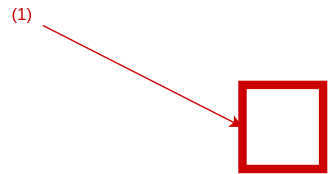
Before: docs/src/images/image.drawio.svg, a diagram exported from draw.io (devilrabbit/sam-app). Source tidied: cells renumbered, new cells last; positions are measured from the earlier drawing's top-left corner, leaving out a move shared by most shapes.
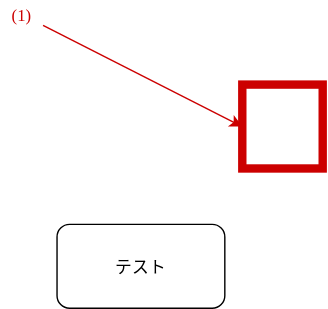
After the change.

The edit, as a diff of the source:
```diff
@@ -2,14 +2,17 @@
   <root>
     <mxCell id="0" />
     <mxCell id="1" parent="0" />
-    <mxCell id="2" style="whiteSpace=wrap;html=1;strokeColor=#CC0000;fillColor=none;strokeWidth=6;" parent="1" vertex="1">
+    <mxCell id="2" style="whiteSpace=wrap;strokeColor=#CC0000;fillColor=none;strokeWidth=6;" parent="1" vertex="1">
       <mxGeometry x="172.5" y="60" width="57.5" height="60" as="geometry" />
     </mxCell>
-    <mxCell id="3" style="rounded=0;jettySize=auto;html=1;entryX=0;entryY=0.5;entryDx=0;entryDy=0;fontColor=#CC0000;strokeColor=#CC0000;endArrow=classic;endFill=1;" parent="1" edge="1" source="4" target="2">
+    <mxCell id="3" style="rounded=0;jettySize=auto;entryX=0;entryY=0.5;entryDx=0;entryDy=0;fontColor=#CC0000;strokeColor=#CC0000;endArrow=classic;endFill=1;" parent="1" edge="1" source="4" target="2">
       <mxGeometry relative="1" as="geometry" />
     </mxCell>
-    <mxCell id="4" value="(1)" style="text;html=1;align=center;verticalAlign=middle;points=[];rounded=0;fontColor=#CC0000;" parent="1" vertex="1">
+    <mxCell id="4" value="(1)" style="text;align=center;verticalAlign=middle;points=[];rounded=0;fontColor=#CC0000;" parent="1" vertex="1">
       <mxGeometry width="30" height="20" as="geometry" />
     </mxCell>
+    <mxCell id="5" value="テスト" style="rounded=1;" parent="1" vertex="1">
+      <mxGeometry x="40" y="160" width="120" height="60" as="geometry" />
+    </mxCell>
   </root>
 </mxGraphModel>
```
